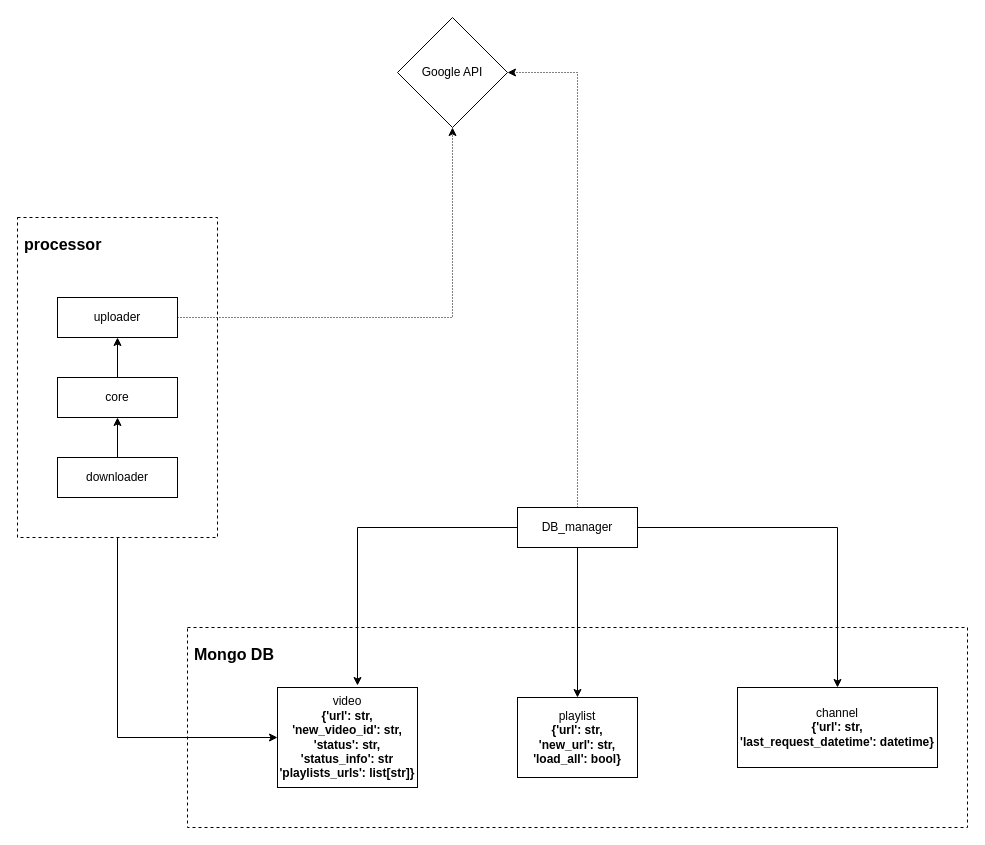
Sinoosoida/PyCutBot keeps this draw.io diagram as Untitled Diagram.drawio. Above is the earlier version. Source tidied: cells renumbered, new cells numbered last; positions are measured from the earlier drawing's top-left corner, leaving out a move shared by most shapes. Both pictures are drawn from the tidied source at 100%, with x=0, y=0 at pixel (17, 17).
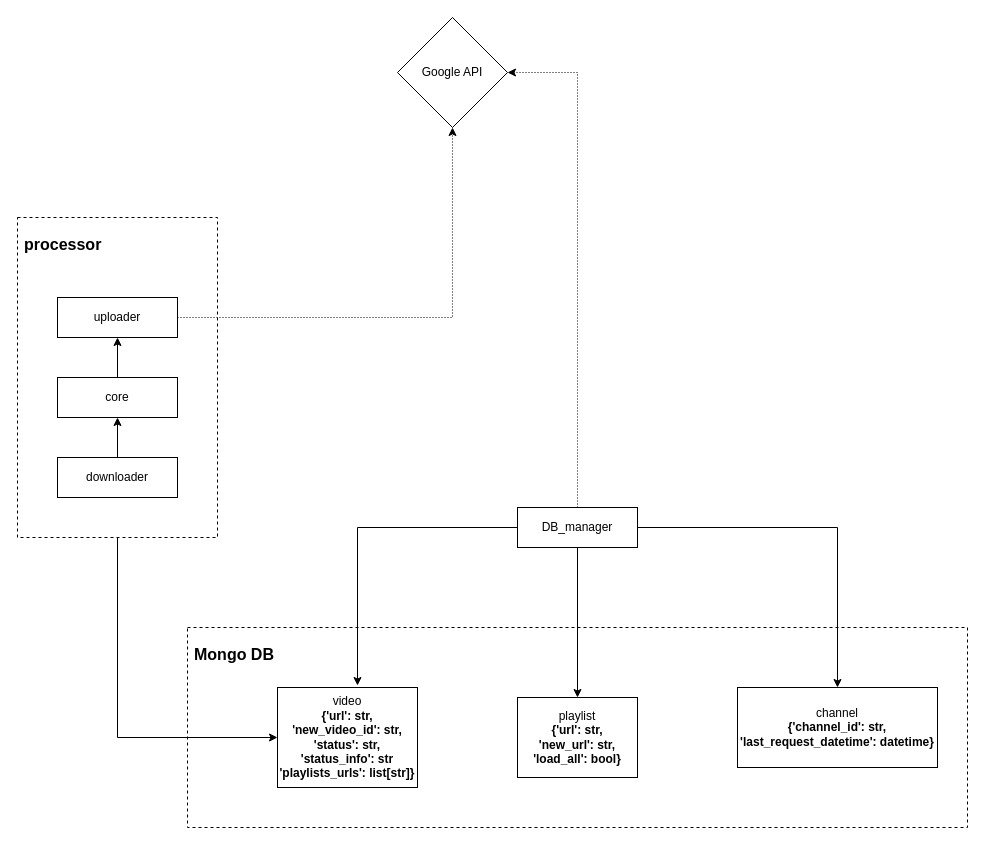
Above is the later version.

Diff of the diagram source:
```diff
@@
-    <mxCell id="18" value="channel&lt;br&gt;&lt;b&gt;{'url': str,&lt;br&gt;'&lt;/b&gt;&lt;b&gt;last_request_datetime': datetime}&lt;/b&gt;&lt;b&gt;&lt;br&gt;&lt;/b&gt;" style="rounded=0;whiteSpace=wrap;html=1;" parent="1" vertex="1">
+    <mxCell id="18" value="channel&lt;br&gt;&lt;b&gt;{'channel_id': str,&lt;br&gt;'&lt;/b&gt;&lt;b&gt;last_request_datetime': datetime}&lt;/b&gt;&lt;b&gt;&lt;br&gt;&lt;/b&gt;" style="rounded=0;whiteSpace=wrap;html=1;" parent="1" vertex="1">
       <mxGeometry x="720" y="670" width="200" height="80" as="geometry" />
     </mxCell>
```
